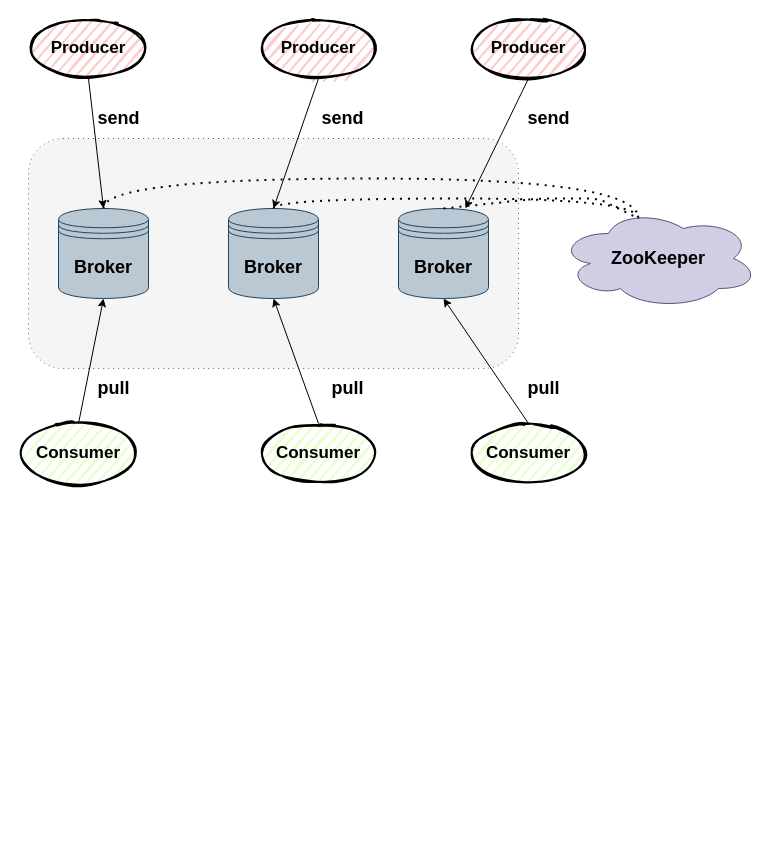
The draw.io diagram Kafka.drawio in C-wx/MindManager, before the edit. Source tidied: cells renumbered, new cells numbered last; positions are measured from the earlier drawing's top-left corner, leaving out a move shared by most shapes. Both pictures are drawn from the tidied source at 100%, with x=0, y=0 at pixel (18, 18).
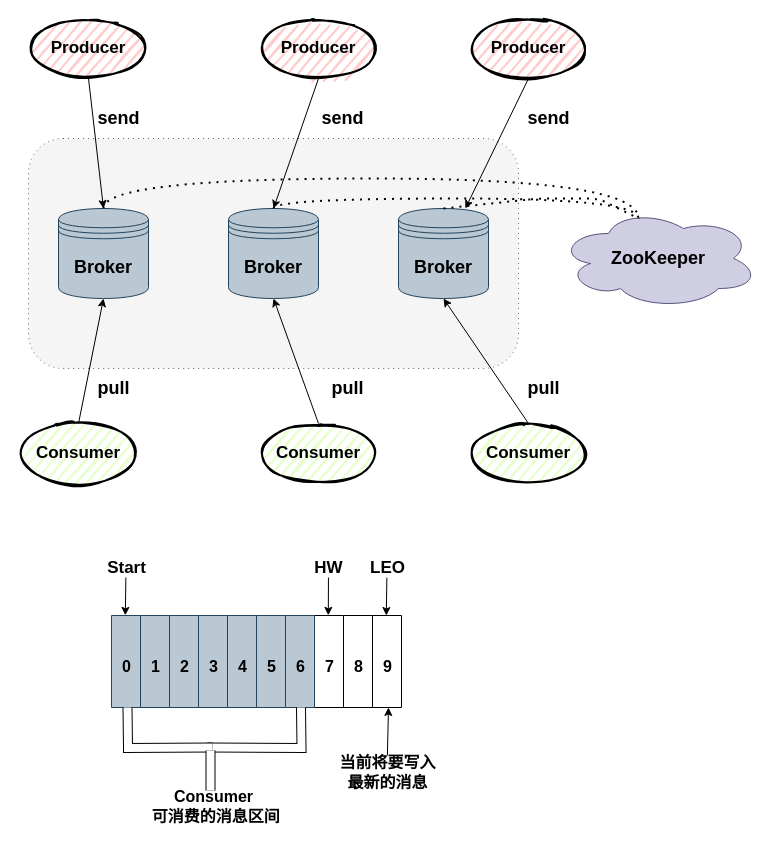
Above is the later version.

Diff of the diagram source:
```diff
@@
+    <mxCell id="28" style="verticalLabelPosition=bottom;verticalAlign=top;html=1;shape=mxgraph.basic.rect;fillColor2=none;strokeWidth=1;size=20;indent=5;fillColor=#bac8d3;strokeColor=#23445d;" parent="1" vertex="1">
+      <mxGeometry x="238" y="597" width="29" height="92" as="geometry" />
+    </mxCell>
+    <mxCell id="29" style="verticalLabelPosition=bottom;verticalAlign=top;html=1;shape=mxgraph.basic.rect;fillColor2=none;strokeWidth=1;size=20;indent=5;fillColor=#bac8d3;strokeColor=#23445d;" parent="1" vertex="1">
+      <mxGeometry x="209" y="597" width="29" height="92" as="geometry" />
+    </mxCell>
+    <mxCell id="30" style="verticalLabelPosition=bottom;verticalAlign=top;html=1;shape=mxgraph.basic.rect;fillColor2=none;strokeWidth=1;size=20;indent=5;" parent="1" vertex="1">
+      <mxGeometry x="296" y="597" width="29" height="92" as="geometry" />
+    </mxCell>
+    <mxCell id="31" style="verticalLabelPosition=bottom;verticalAlign=top;html=1;shape=mxgraph.basic.rect;fillColor2=none;strokeWidth=1;size=20;indent=5;fillColor=#bac8d3;strokeColor=#23445d;" parent="1" vertex="1">
+      <mxGeometry x="267" y="597" width="29" height="92" as="geometry" />
+    </mxCell>
+    <mxCell id="32" style="verticalLabelPosition=bottom;verticalAlign=top;html=1;shape=mxgraph.basic.rect;fillColor2=none;strokeWidth=1;size=20;indent=5;fillColor=#bac8d3;strokeColor=#23445d;" parent="1" vertex="1">
+      <mxGeometry x="122" y="597" width="29" height="92" as="geometry" />
+    </mxCell>
+    <mxCell id="33" style="verticalLabelPosition=bottom;verticalAlign=top;html=1;shape=mxgraph.basic.rect;fillColor2=none;strokeWidth=1;size=20;indent=5;fillColor=#bac8d3;strokeColor=#23445d;" parent="1" vertex="1">
+      <mxGeometry x="93" y="597" width="29" height="92" as="geometry" />
+    </mxCell>
+    <mxCell id="34" style="verticalLabelPosition=bottom;verticalAlign=top;html=1;shape=mxgraph.basic.rect;fillColor2=none;strokeWidth=1;size=20;indent=5;fillColor=#bac8d3;strokeColor=#23445d;" parent="1" vertex="1">
+      <mxGeometry x="180" y="597" width="29" height="92" as="geometry" />
+    </mxCell>
+    <mxCell id="35" style="verticalLabelPosition=bottom;verticalAlign=top;html=1;shape=mxgraph.basic.rect;fillColor2=none;strokeWidth=1;size=20;indent=5;fillColor=#bac8d3;strokeColor=#23445d;" parent="1" vertex="1">
+      <mxGeometry x="151" y="597" width="29" height="92" as="geometry" />
+    </mxCell>
+    <mxCell id="36" style="verticalLabelPosition=bottom;verticalAlign=top;html=1;shape=mxgraph.basic.rect;fillColor2=none;strokeWidth=1;size=20;indent=5;" parent="1" vertex="1">
+      <mxGeometry x="354" y="597" width="29" height="92" as="geometry" />
+    </mxCell>
+    <mxCell id="37" style="verticalLabelPosition=bottom;verticalAlign=top;html=1;shape=mxgraph.basic.rect;fillColor2=none;strokeWidth=1;size=20;indent=5;" parent="1" vertex="1">
+      <mxGeometry x="325" y="597" width="29" height="92" as="geometry" />
+    </mxCell>
+    <mxCell id="38" value="&lt;font size=&quot;1&quot;&gt;&lt;b style=&quot;font-size: 16px&quot;&gt;0&lt;/b&gt;&lt;/font&gt;" style="text;html=1;align=center;verticalAlign=middle;" parent="1" vertex="1">
+      <mxGeometry x="98" y="638" width="19" height="19" as="geometry" />
+    </mxCell>
+    <mxCell id="39" value="&lt;font size=&quot;1&quot;&gt;&lt;b style=&quot;font-size: 16px&quot;&gt;1&lt;/b&gt;&lt;/font&gt;" style="text;html=1;align=center;verticalAlign=middle;" parent="1" vertex="1">
+      <mxGeometry x="127" y="638" width="19" height="19" as="geometry" />
+    </mxCell>
+    <mxCell id="40" value="&lt;font size=&quot;1&quot;&gt;&lt;b style=&quot;font-size: 16px&quot;&gt;2&lt;/b&gt;&lt;/font&gt;" style="text;html=1;align=center;verticalAlign=middle;" parent="1" vertex="1">
+      <mxGeometry x="156" y="638" width="19" height="19" as="geometry" />
+    </mxCell>
+    <mxCell id="41" value="&lt;font size=&quot;1&quot;&gt;&lt;b style=&quot;font-size: 16px&quot;&gt;3&lt;/b&gt;&lt;/font&gt;" style="text;html=1;align=center;verticalAlign=middle;" parent="1" vertex="1">
+      <mxGeometry x="185" y="638" width="19" height="19" as="geometry" />
+    </mxCell>
+    <mxCell id="42" value="&lt;font size=&quot;1&quot;&gt;&lt;b style=&quot;font-size: 16px&quot;&gt;4&lt;/b&gt;&lt;/font&gt;" style="text;html=1;align=center;verticalAlign=middle;" parent="1" vertex="1">
+      <mxGeometry x="214" y="638" width="19" height="19" as="geometry" />
+    </mxCell>
+    <mxCell id="43" value="&lt;font size=&quot;1&quot;&gt;&lt;b style=&quot;font-size: 16px&quot;&gt;5&lt;/b&gt;&lt;/font&gt;" style="text;html=1;align=center;verticalAlign=middle;" parent="1" vertex="1">
+      <mxGeometry x="243" y="638" width="19" height="19" as="geometry" />
+    </mxCell>
+    <mxCell id="44" value="&lt;font size=&quot;1&quot;&gt;&lt;b style=&quot;font-size: 16px&quot;&gt;6&lt;/b&gt;&lt;/font&gt;" style="text;html=1;align=center;verticalAlign=middle;" parent="1" vertex="1">
+      <mxGeometry x="272" y="638" width="19" height="19" as="geometry" />
+    </mxCell>
+    <mxCell id="45" value="&lt;font size=&quot;1&quot;&gt;&lt;b style=&quot;font-size: 16px&quot;&gt;7&lt;/b&gt;&lt;/font&gt;" style="text;html=1;align=center;verticalAlign=middle;" parent="1" vertex="1">
+      <mxGeometry x="301" y="638" width="19" height="19" as="geometry" />
+    </mxCell>
+    <mxCell id="46" value="&lt;font size=&quot;1&quot;&gt;&lt;b style=&quot;font-size: 16px&quot;&gt;8&lt;/b&gt;&lt;/font&gt;" style="text;html=1;align=center;verticalAlign=middle;" parent="1" vertex="1">
+      <mxGeometry x="330" y="638" width="19" height="19" as="geometry" />
+    </mxCell>
+    <mxCell id="47" value="&lt;font size=&quot;1&quot;&gt;&lt;b style=&quot;font-size: 16px&quot;&gt;9&lt;/b&gt;&lt;/font&gt;" style="text;html=1;align=center;verticalAlign=middle;" parent="1" vertex="1">
+      <mxGeometry x="359" y="638" width="19" height="19" as="geometry" />
+    </mxCell>
+    <mxCell id="48" style="rounded=0;jettySize=auto;html=1;entryX=0.477;entryY=-0.002;entryDx=0;entryDy=0;entryPerimeter=0;" parent="1" edge="1" source="49" target="33">
+      <mxGeometry relative="1" as="geometry" />
+    </mxCell>
+    <mxCell id="49" value="&lt;font style=&quot;font-size: 17px&quot;&gt;&lt;b&gt;Start&lt;/b&gt;&lt;/font&gt;" style="text;html=1;align=center;verticalAlign=middle;points=[];" parent="1" vertex="1">
+      <mxGeometry x="83" y="540" width="49" height="19" as="geometry" />
+    </mxCell>
+    <mxCell id="50" style="rounded=0;jettySize=auto;html=1;entryX=0.477;entryY=-0.002;entryDx=0;entryDy=0;entryPerimeter=0;" parent="1" edge="1" source="51">
+      <mxGeometry relative="1" as="geometry">
+        <mxPoint x="309.8" y="596.8" as="targetPoint" />
+      </mxGeometry>
+    </mxCell>
+    <mxCell id="51" value="&lt;span style=&quot;font-size: 17px&quot;&gt;&lt;b&gt;HW&lt;/b&gt;&lt;/span&gt;" style="text;html=1;align=center;verticalAlign=middle;points=[];" parent="1" vertex="1">
+      <mxGeometry x="291" y="540" width="38" height="19" as="geometry" />
+    </mxCell>
+    <mxCell id="52" style="rounded=0;jettySize=auto;html=1;entryX=0.477;entryY=-0.002;entryDx=0;entryDy=0;entryPerimeter=0;" parent="1" edge="1" source="53">
+      <mxGeometry relative="1" as="geometry">
+        <mxPoint x="367.8" y="597" as="targetPoint" />
+      </mxGeometry>
+    </mxCell>
+    <mxCell id="53" value="&lt;span style=&quot;font-size: 17px&quot;&gt;&lt;b&gt;LEO&lt;/b&gt;&lt;/span&gt;" style="text;html=1;align=center;verticalAlign=middle;points=[];" parent="1" vertex="1">
+      <mxGeometry x="346" y="540.2" width="45" height="19" as="geometry" />
+    </mxCell>
+    <mxCell id="54" style="shape=filledEdge;rounded=0;fixDash=1;endArrow=none;strokeWidth=10;fillColor=#ffffff;edgeStyle=orthogonalEdgeStyle;" parent="1" edge="1">
+      <mxGeometry relative="1" as="geometry">
+        <mxPoint x="189" y="729" as="sourcePoint" />
+        <mxPoint x="282.5" y="689" as="targetPoint" />
+      </mxGeometry>
+    </mxCell>
+    <mxCell id="55" style="shape=filledEdge;rounded=0;fixDash=1;endArrow=none;strokeWidth=10;fillColor=#ffffff;edgeStyle=orthogonalEdgeStyle;" parent="1" edge="1">
+      <mxGeometry relative="1" as="geometry">
+        <mxPoint x="194" y="729" as="sourcePoint" />
+        <mxPoint x="109" y="689" as="targetPoint" />
+      </mxGeometry>
+    </mxCell>
+    <mxCell id="56" style="shape=filledEdge;rounded=0;fixDash=1;endArrow=none;strokeWidth=10;fillColor=#ffffff;edgeStyle=orthogonalEdgeStyle;" parent="1" edge="1">
+      <mxGeometry relative="1" as="geometry">
+        <mxPoint x="192" y="772" as="sourcePoint" />
+        <mxPoint x="192" y="732" as="targetPoint" />
+      </mxGeometry>
+    </mxCell>
+    <mxCell id="57" value="&lt;font style=&quot;font-size: 16px&quot;&gt;&lt;b&gt;Consumer&lt;br&gt;&amp;nbsp;可消费的消息区间&lt;/b&gt;&lt;/font&gt;" style="text;html=1;align=center;verticalAlign=middle;" parent="1" vertex="1">
+      <mxGeometry x="123.5" y="771" width="142" height="34" as="geometry" />
+    </mxCell>
+    <mxCell id="58" style="edgeStyle=none;rounded=0;jettySize=auto;html=1;entryX=0.557;entryY=1.004;entryDx=0;entryDy=0;entryPerimeter=0;" parent="1" edge="1" source="59" target="36">
+      <mxGeometry relative="1" as="geometry">
+        <Array as="points">
+          <mxPoint x="370" y="689" />
+        </Array>
+      </mxGeometry>
+    </mxCell>
+    <mxCell id="59" value="&lt;font style=&quot;font-size: 16px&quot;&gt;&lt;b&gt;当前将要写入&lt;br&gt;最新的消息&lt;/b&gt;&lt;/font&gt;" style="text;html=1;align=center;verticalAlign=middle;points=[];" parent="1" vertex="1">
+      <mxGeometry x="315.5" y="737" width="106" height="34" as="geometry" />
+    </mxCell>
```
